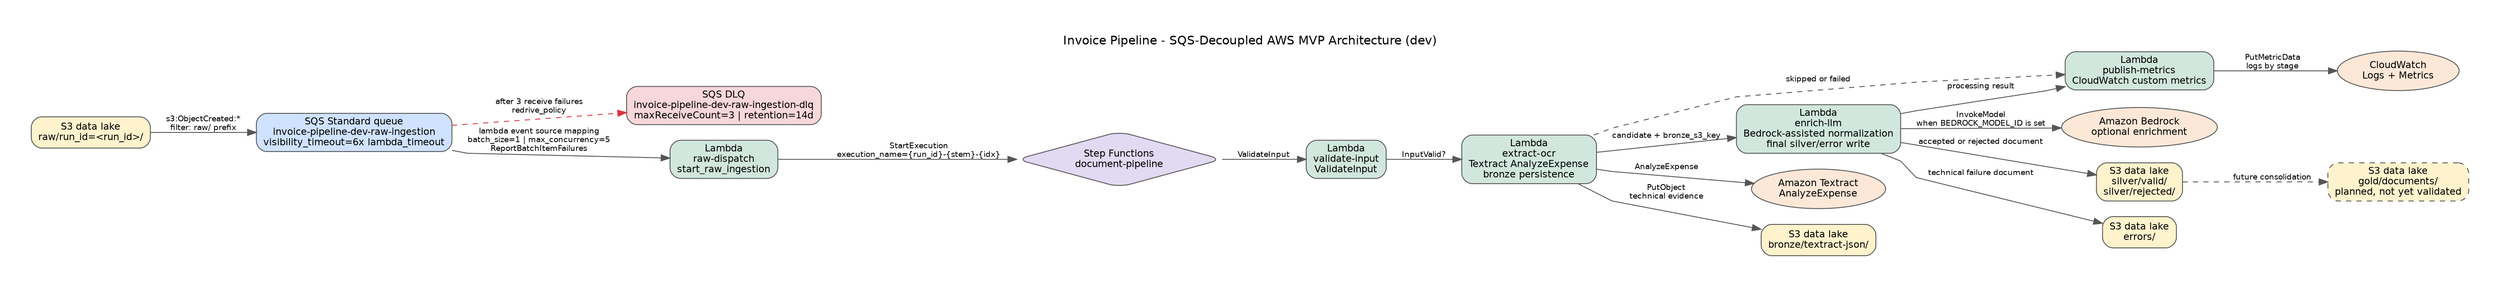
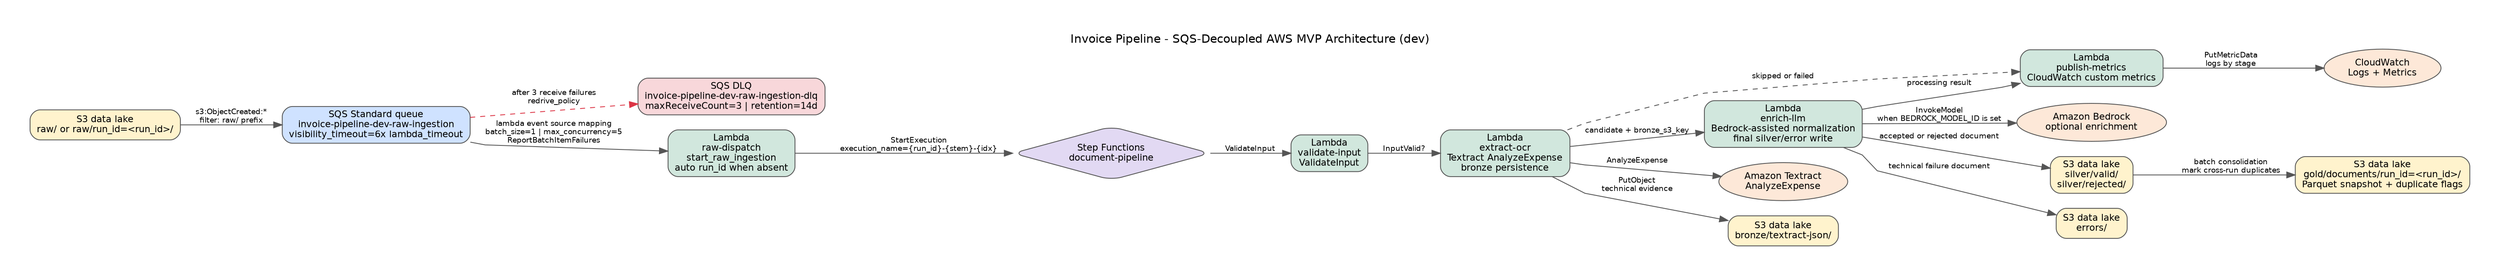
digraph invoice_pipeline_dev {
    graph [
        rankdir  = LR
        fontname = "Helvetica"
        label    = "Invoice Pipeline - SQS-Decoupled AWS MVP Architecture (dev)"
        labelloc = t
        pad      = 0.5
        splines  = polyline
    ]

    node [
        fontname  = "Helvetica"
        fontsize  = 11
        shape     = box
        style     = "rounded,filled"
        fillcolor = "#f5f5f5"
        color     = "#555555"
    ]

    edge [
        fontname = "Helvetica"
        fontsize = 9
        color    = "#555555"
    ]

    s3_raw [
-         label     = "S3 data lake\nraw/run_id=<run_id>/"
+         label     = "S3 data lake\nraw/ or raw/run_id=<run_id>/"
        fillcolor = "#fff3cd"
    ]

    sqs_raw [
        label     = "SQS Standard queue\ninvoice-pipeline-dev-raw-ingestion\nvisibility_timeout=6x lambda_timeout"
        fillcolor = "#cfe2ff"
    ]

    sqs_dlq [
        label     = "SQS DLQ\ninvoice-pipeline-dev-raw-ingestion-dlq\nmaxReceiveCount=3 | retention=14d"
        fillcolor = "#f8d7da"
    ]

    raw_dispatch [
-         label     = "Lambda\nraw-dispatch\nstart_raw_ingestion"
+         label     = "Lambda\nraw-dispatch\nstart_raw_ingestion\nauto run_id when absent"
        fillcolor = "#d1e7dd"
    ]

    sfn [
        label     = "Step Functions\ndocument-pipeline"
        shape     = diamond
        fillcolor = "#e2d9f3"
    ]

    validate [
        label     = "Lambda\nvalidate-input\nValidateInput"
        fillcolor = "#d1e7dd"
    ]

    extract_ocr [
        label     = "Lambda\nextract-ocr\nTextract AnalyzeExpense\nbronze persistence"
        fillcolor = "#d1e7dd"
    ]

    enrich_llm [
        label     = "Lambda\nenrich-llm\nBedrock-assisted normalization\nfinal silver/error write"
        fillcolor = "#d1e7dd"
    ]

    publish_metrics [
        label     = "Lambda\npublish-metrics\nCloudWatch custom metrics"
        fillcolor = "#d1e7dd"
    ]

    textract [
        label     = "Amazon Textract\nAnalyzeExpense"
        shape     = ellipse
        fillcolor = "#fde8d8"
    ]

    bedrock [
        label     = "Amazon Bedrock\noptional enrichment"
        shape     = ellipse
        fillcolor = "#fde8d8"
    ]

    cloudwatch [
        label     = "CloudWatch\nLogs + Metrics"
        shape     = ellipse
        fillcolor = "#fde8d8"
    ]

    s3_bronze [
        label     = "S3 data lake\nbronze/textract-json/"
        fillcolor = "#fff3cd"
    ]

    s3_silver [
        label     = "S3 data lake\nsilver/valid/\nsilver/rejected/"
        fillcolor = "#fff3cd"
    ]

    s3_errors [
        label     = "S3 data lake\nerrors/"
        fillcolor = "#fff3cd"
    ]

    s3_gold [
-         label     = "S3 data lake\ngold/documents/\nplanned, not yet validated"
-         style     = "rounded,filled,dashed"
+         label     = "S3 data lake\ngold/documents/run_id=<run_id>/\nParquet snapshot + duplicate flags"
        fillcolor = "#fff3cd"
    ]

    s3_raw          -> sqs_raw         [label="s3:ObjectCreated:*\nfilter: raw/ prefix"]
    sqs_raw         -> sqs_dlq         [label="after 3 receive failures\nredrive_policy" style=dashed color="#dc3545"]
    sqs_raw         -> raw_dispatch    [label="lambda event source mapping\nbatch_size=1 | max_concurrency=5\nReportBatchItemFailures"]
    raw_dispatch    -> sfn             [label="StartExecution\nexecution_name={run_id}-{stem}-{idx}"]
    sfn             -> validate        [label="ValidateInput"]
    validate        -> extract_ocr     [label="InputValid?"]
    extract_ocr     -> textract        [label="AnalyzeExpense"]
    extract_ocr     -> s3_bronze       [label="PutObject\ntechnical evidence"]
    extract_ocr     -> publish_metrics [label="skipped or failed" style=dashed]
    extract_ocr     -> enrich_llm      [label="candidate + bronze_s3_key"]
    enrich_llm      -> bedrock         [label="InvokeModel\nwhen BEDROCK_MODEL_ID is set"]
    enrich_llm      -> s3_silver       [label="accepted or rejected document"]
    enrich_llm      -> s3_errors       [label="technical failure document"]
    enrich_llm      -> publish_metrics [label="processing result"]
    publish_metrics -> cloudwatch      [label="PutMetricData\nlogs by stage"]
-     s3_silver       -> s3_gold         [label="future consolidation" style=dashed]
+     s3_silver       -> s3_gold         [label="batch consolidation\nmark cross-run duplicates"]
}
